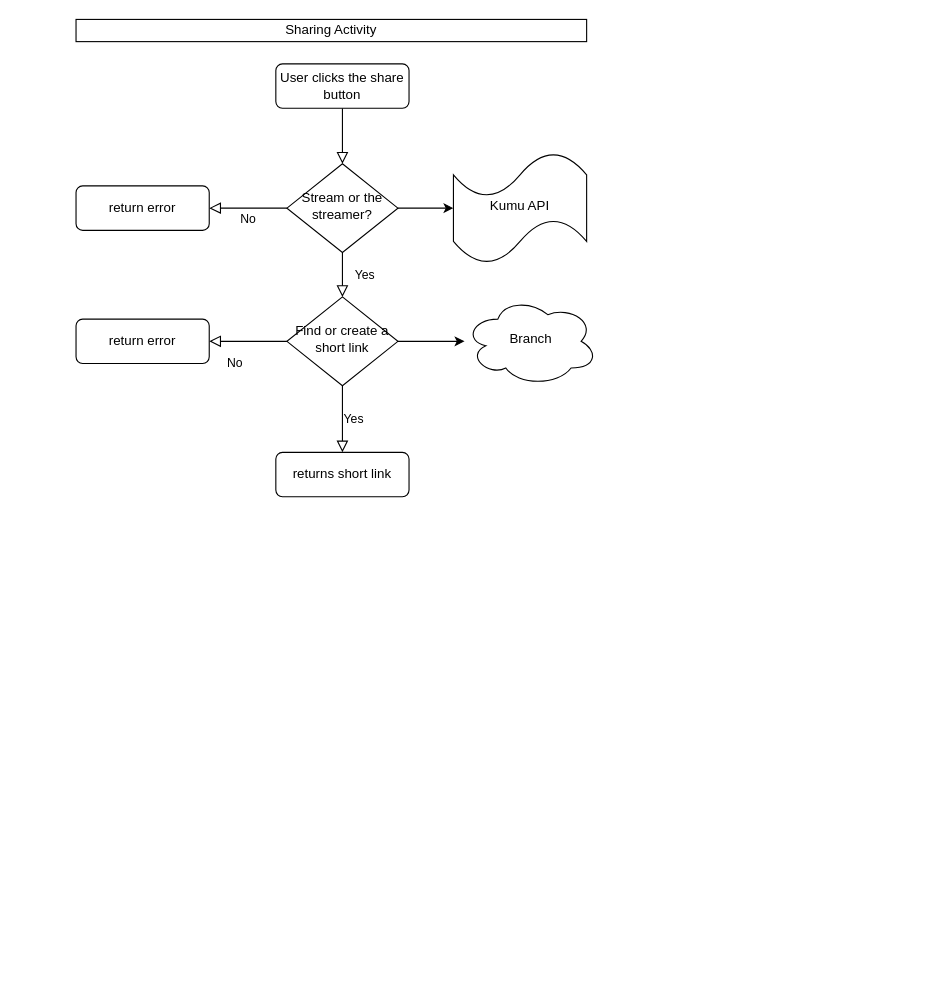
The draw.io diagram Untitled Diagram.drawio in hariomgkumu/hariomgkumu, before the edit. Source tidied: cells renumbered, new cells numbered last; positions are measured from the earlier drawing's top-left corner, leaving out a move shared by most shapes. Both pictures are drawn from the tidied source at 111%, with x=0, y=0 at pixel (75, 19).
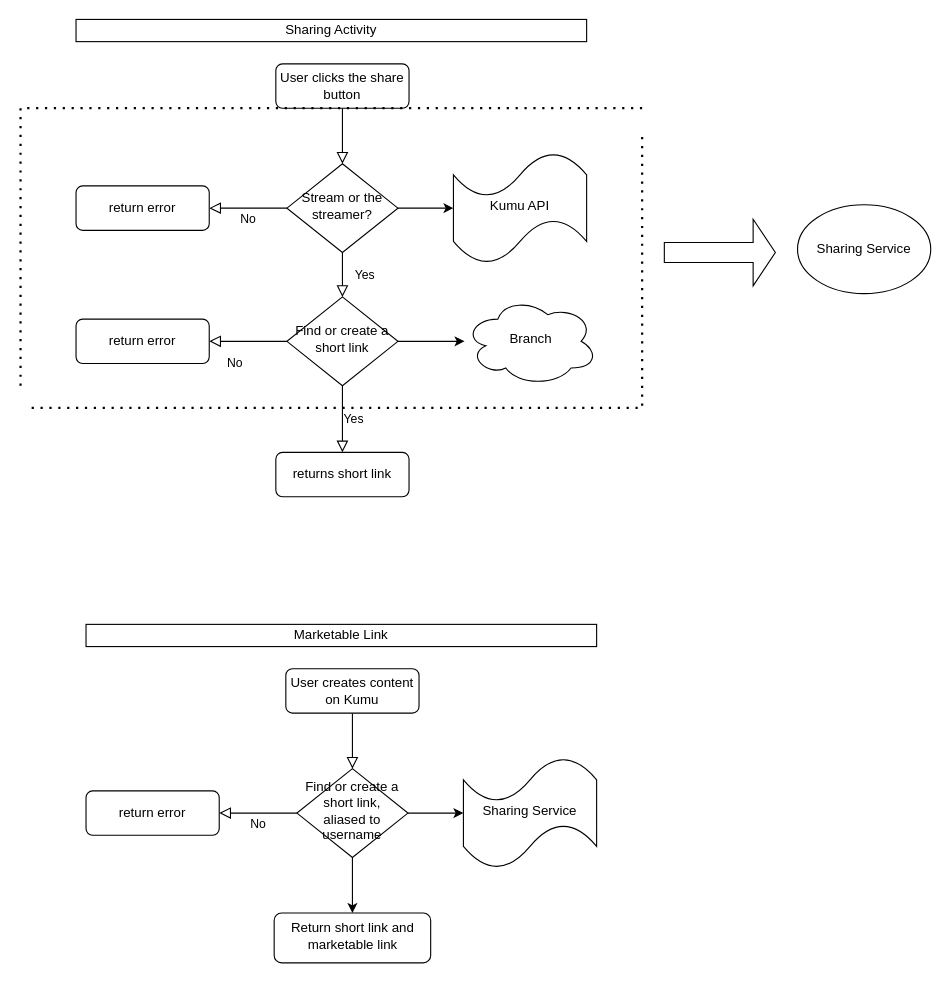
The same diagram, later.

Commit message (it also covers changes not shown here):
Sharing Activity

Change to the diagram source:
```diff
@@
+    <mxCell id="18" style="rounded=0;html=1;jettySize=auto;fontSize=11;endArrow=block;endFill=0;endSize=8;strokeWidth=1;shadow=0;labelBackgroundColor=none;edgeStyle=orthogonalEdgeStyle;" parent="1" edge="1" source="19" target="23">
+      <mxGeometry relative="1" as="geometry" />
+    </mxCell>
+    <mxCell id="19" value="User creates content on Kumu" style="rounded=1;whiteSpace=wrap;html=1;fontSize=12;glass=0;strokeWidth=1;shadow=0;" parent="1" vertex="1">
+      <mxGeometry x="189" y="585" width="120" height="40" as="geometry" />
+    </mxCell>
+    <mxCell id="20" value="No" style="edgeStyle=orthogonalEdgeStyle;rounded=0;html=1;jettySize=auto;fontSize=11;endArrow=block;endFill=0;endSize=8;strokeWidth=1;shadow=0;labelBackgroundColor=none;" parent="1" edge="1" source="23" target="24">
+      <mxGeometry y="10" relative="1" as="geometry" />
+    </mxCell>
+    <mxCell id="21" style="edgeStyle=orthogonalEdgeStyle;rounded=0;jettySize=auto;html=1;" parent="1" edge="1" source="23" target="29">
+      <mxGeometry relative="1" as="geometry" />
+    </mxCell>
+    <mxCell id="22" style="edgeStyle=orthogonalEdgeStyle;rounded=0;jettySize=auto;html=1;" parent="1" edge="1" source="23" target="31">
+      <mxGeometry relative="1" as="geometry" />
+    </mxCell>
+    <mxCell id="23" value="Find or create a short link, aliased to username" style="rhombus;whiteSpace=wrap;html=1;shadow=0;fontFamily=Helvetica;fontSize=12;align=center;strokeWidth=1;spacing=6;spacingTop=-4;" parent="1" vertex="1">
+      <mxGeometry x="199" y="675" width="100" height="80" as="geometry" />
+    </mxCell>
+    <mxCell id="24" value="return error" style="rounded=1;whiteSpace=wrap;html=1;fontSize=12;glass=0;strokeWidth=1;shadow=0;" parent="1" vertex="1">
+      <mxGeometry x="9" y="695" width="120" height="40" as="geometry" />
+    </mxCell>
+    <mxCell id="25" value="No" style="rounded=0;html=1;jettySize=auto;orthogonalLoop=1;fontSize=11;endArrow=block;endFill=0;endSize=8;strokeWidth=1;shadow=0;labelBackgroundColor=none;edgeStyle=orthogonalEdgeStyle;" parent="1" edge="1">
+      <mxGeometry x="0.33" y="20" relative="1" as="geometry">
+        <mxPoint x="640" y="710" as="targetPoint" />
+      </mxGeometry>
+    </mxCell>
+    <mxCell id="26" value="Yes" style="edgeStyle=orthogonalEdgeStyle;rounded=0;html=1;jettySize=auto;orthogonalLoop=1;fontSize=11;endArrow=block;endFill=0;endSize=8;strokeWidth=1;shadow=0;labelBackgroundColor=none;" parent="1" edge="1">
+      <mxGeometry y="10" relative="1" as="geometry">
+        <mxPoint x="760" y="750" as="sourcePoint" />
+      </mxGeometry>
+    </mxCell>
+    <mxCell id="27" style="edgeStyle=orthogonalEdgeStyle;rounded=0;orthogonalLoop=1;jettySize=auto;html=1;" parent="1" edge="1">
+      <mxGeometry relative="1" as="geometry">
+        <mxPoint x="810" y="710" as="sourcePoint" />
+      </mxGeometry>
+    </mxCell>
+    <mxCell id="28" style="edgeStyle=orthogonalEdgeStyle;rounded=0;orthogonalLoop=1;jettySize=auto;html=1;" parent="1" edge="1">
+      <mxGeometry relative="1" as="geometry">
+        <mxPoint x="760" y="645" as="targetPoint" />
+      </mxGeometry>
+    </mxCell>
+    <mxCell id="29" value="Sharing Service" style="shape=tape;whiteSpace=wrap;html=1;shadow=0;strokeWidth=1;spacing=6;spacingTop=-4;" parent="1" vertex="1">
+      <mxGeometry x="349" y="665" width="120" height="100" as="geometry" />
+    </mxCell>
+    <mxCell id="30" value="Marketable Link" style="rounded=0;whiteSpace=wrap;html=1;" parent="1" vertex="1">
+      <mxGeometry x="9" y="545" width="460" height="20" as="geometry" />
+    </mxCell>
+    <mxCell id="31" value="Return short link and marketable link" style="rounded=1;whiteSpace=wrap;html=1;shadow=0;strokeWidth=1;spacing=6;spacingTop=-4;" parent="1" vertex="1">
+      <mxGeometry x="178.5" y="805" width="141" height="45" as="geometry" />
+    </mxCell>
+    <mxCell id="32" style="endArrow=none;dashed=1;html=1;dashPattern=1 3;strokeWidth=2;rounded=0;" parent="1" edge="1">
+      <mxGeometry relative="1" as="geometry">
+        <mxPoint x="-50" y="330" as="sourcePoint" />
+        <mxPoint x="510" y="80" as="targetPoint" />
+        <Array as="points">
+          <mxPoint x="-50" y="80" />
+        </Array>
+      </mxGeometry>
+    </mxCell>
+    <mxCell id="33" style="endArrow=none;dashed=1;html=1;dashPattern=1 3;strokeWidth=2;rounded=0;" parent="1" edge="1">
+      <mxGeometry relative="1" as="geometry">
+        <mxPoint x="-40" y="350" as="sourcePoint" />
+        <mxPoint x="510" y="100" as="targetPoint" />
+        <Array as="points">
+          <mxPoint x="510" y="350" />
+        </Array>
+      </mxGeometry>
+    </mxCell>
+    <mxCell id="34" style="shape=singleArrow;whiteSpace=wrap;html=1;" parent="1" vertex="1">
+      <mxGeometry x="530" y="180" width="100" height="60" as="geometry" />
+    </mxCell>
+    <mxCell id="35" value="Sharing Service" style="ellipse;whiteSpace=wrap;html=1;" parent="1" vertex="1">
+      <mxGeometry x="650" y="167" width="120" height="80" as="geometry" />
+    </mxCell>
```
